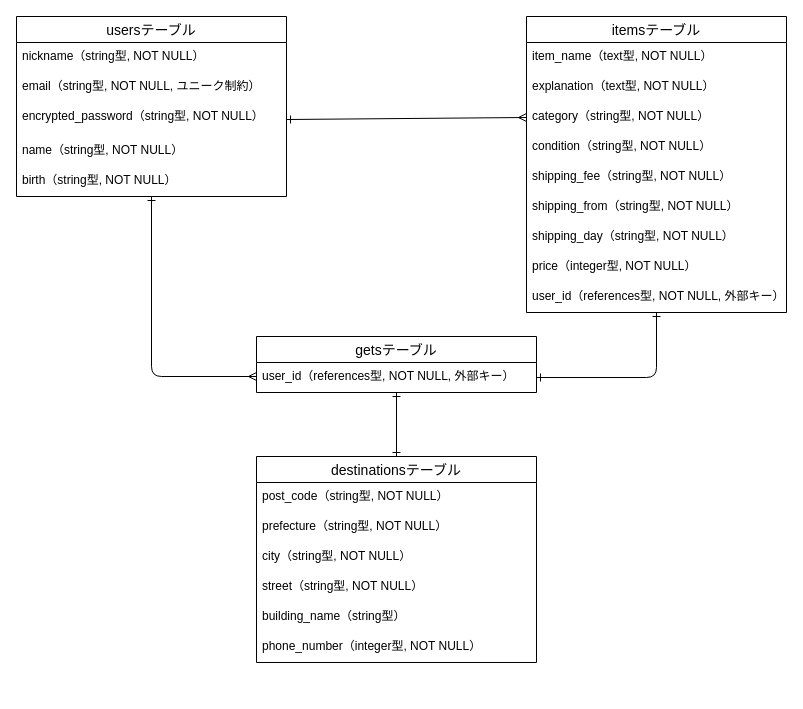
Above: test.dio in tasshi94/furima-40910 (draw.io), before the change. Source tidied: cells renumbered, new cells numbered last; positions are measured from the earlier drawing's top-left corner, leaving out a move shared by most shapes. Both pictures are drawn from the tidied source at 100%, with x=0, y=0 at pixel (16, 16).
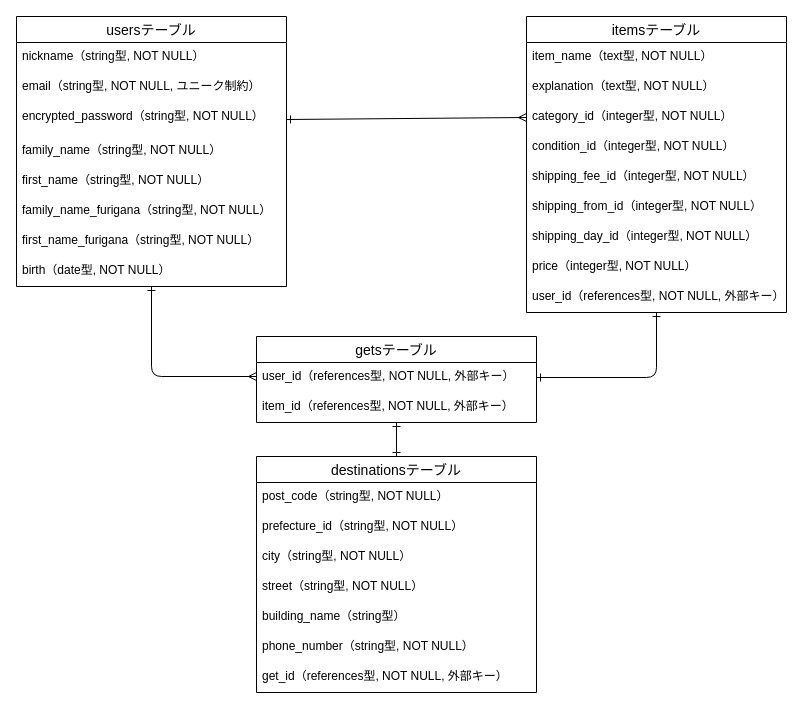
Above is the later version.

Commit message (it also covers changes not shown here):
ER図、README修正

Unchanged cells that the change refers to:
```xml
<mxCell id="10" value="itemsテーブル" style="swimlane;fontStyle=0;horizontal=1;startSize=26;align=center;fontSize=14;" parent="1" vertex="1">
  <mxGeometry x="510" width="260" height="296" as="geometry" />
</mxCell>
```

The edit, as a diff of the source:
```diff
@@
     <mxCell id="3" value="usersテーブル" style="swimlane;fontStyle=0;horizontal=1;startSize=26;align=center;fontSize=14;" parent="1" vertex="1">
-      <mxGeometry width="270" height="180" as="geometry" />
+      <mxGeometry width="270" height="270" as="geometry" />
     </mxCell>
@@
-    <mxCell id="7" value="name（string型, NOT NULL）" style="text;strokeColor=none;fillColor=none;spacingLeft=4;spacingRight=4;overflow=hidden;fontSize=12;" parent="3" vertex="1">
+    <mxCell id="7" value="family_name（string型, NOT NULL）" style="text;strokeColor=none;fillColor=none;spacingLeft=4;spacingRight=4;overflow=hidden;fontSize=12;" parent="3" vertex="1">
       <mxGeometry y="120" width="270" height="30" as="geometry" />
     </mxCell>
+    <mxCell id="31" value="first_name（string型, NOT NULL）" style="text;strokeColor=none;fillColor=none;spacingLeft=4;spacingRight=4;overflow=hidden;fontSize=12;" parent="3" vertex="1">
+      <mxGeometry y="150" width="270" height="30" as="geometry" />
+    </mxCell>
+    <mxCell id="32" value="family_name_furigana（string型, NOT NULL）" style="text;strokeColor=none;fillColor=none;spacingLeft=4;spacingRight=4;overflow=hidden;fontSize=12;" parent="3" vertex="1">
+      <mxGeometry y="180" width="270" height="30" as="geometry" />
+    </mxCell>
+    <mxCell id="33" value="first_name_furigana（string型, NOT NULL）" style="text;strokeColor=none;fillColor=none;spacingLeft=4;spacingRight=4;overflow=hidden;fontSize=12;" parent="3" vertex="1">
+      <mxGeometry y="210" width="270" height="30" as="geometry" />
+    </mxCell>
-    <mxCell id="8" value="birth（string型, NOT NULL）" style="text;strokeColor=none;fillColor=none;spacingLeft=4;spacingRight=4;overflow=hidden;fontSize=12;" parent="3" vertex="1">
-      <mxGeometry y="150" width="270" height="30" as="geometry" />
+    <mxCell id="8" value="birth（date型, NOT NULL）" style="text;strokeColor=none;fillColor=none;spacingLeft=4;spacingRight=4;overflow=hidden;fontSize=12;" parent="3" vertex="1">
+      <mxGeometry y="240" width="270" height="30" as="geometry" />
     </mxCell>
@@
-    <mxCell id="13" value="category（string型, NOT NULL）" style="text;strokeColor=none;fillColor=none;spacingLeft=4;spacingRight=4;overflow=hidden;points=[[0,0.5],[1,0.5]];portConstraint=eastwest;fontSize=12;" parent="10" vertex="1">
+    <mxCell id="13" value="category_id（integer型, NOT NULL）" style="text;strokeColor=none;fillColor=none;spacingLeft=4;spacingRight=4;overflow=hidden;points=[[0,0.5],[1,0.5]];portConstraint=eastwest;fontSize=12;" parent="10" vertex="1">
       <mxGeometry y="86" width="260" height="30" as="geometry" />
     </mxCell>
-    <mxCell id="14" value="condition（string型, NOT NULL）" style="text;strokeColor=none;fillColor=none;spacingLeft=4;spacingRight=4;overflow=hidden;fontSize=12;" parent="10" vertex="1">
+    <mxCell id="14" value="condition_id（integer型, NOT NULL）" style="text;strokeColor=none;fillColor=none;spacingLeft=4;spacingRight=4;overflow=hidden;fontSize=12;" parent="10" vertex="1">
       <mxGeometry y="116" width="260" height="30" as="geometry" />
     </mxCell>
-    <mxCell id="15" value="shipping_fee（string型, NOT NULL）" style="text;strokeColor=none;fillColor=none;spacingLeft=4;spacingRight=4;overflow=hidden;fontSize=12;" parent="10" vertex="1">
+    <mxCell id="15" value="shipping_fee_id（integer型, NOT NULL）" style="text;strokeColor=none;fillColor=none;spacingLeft=4;spacingRight=4;overflow=hidden;fontSize=12;" parent="10" vertex="1">
       <mxGeometry y="146" width="260" height="30" as="geometry" />
     </mxCell>
-    <mxCell id="16" value="shipping_from（string型, NOT NULL）" style="text;strokeColor=none;fillColor=none;spacingLeft=4;spacingRight=4;overflow=hidden;fontSize=12;" parent="10" vertex="1">
+    <mxCell id="16" value="shipping_from_id（integer型, NOT NULL）" style="text;strokeColor=none;fillColor=none;spacingLeft=4;spacingRight=4;overflow=hidden;fontSize=12;" parent="10" vertex="1">
       <mxGeometry y="176" width="260" height="30" as="geometry" />
     </mxCell>
-    <mxCell id="17" value="shipping_day（string型, NOT NULL）" style="text;strokeColor=none;fillColor=none;spacingLeft=4;spacingRight=4;overflow=hidden;fontSize=12;" parent="10" vertex="1">
+    <mxCell id="17" value="shipping_day_id（integer型, NOT NULL）" style="text;strokeColor=none;fillColor=none;spacingLeft=4;spacingRight=4;overflow=hidden;fontSize=12;" parent="10" vertex="1">
       <mxGeometry y="206" width="260" height="30" as="geometry" />
     </mxCell>
@@
     <mxCell id="21" value="getsテーブル" style="swimlane;fontStyle=0;horizontal=1;startSize=26;align=center;fontSize=14;" parent="1" vertex="1">
-      <mxGeometry x="240" y="320" width="280" height="56" as="geometry" />
+      <mxGeometry x="240" y="320" width="280" height="86" as="geometry" />
     </mxCell>
@@
+    <mxCell id="34" value="item_id（references型, NOT NULL, 外部キー）" style="text;strokeColor=none;fillColor=none;spacingLeft=4;spacingRight=4;overflow=hidden;fontSize=12;" parent="21" vertex="1">
+      <mxGeometry y="56" width="280" height="30" as="geometry" />
+    </mxCell>
     <mxCell id="23" value="destinationsテーブル" style="swimlane;fontStyle=0;horizontal=1;startSize=26;align=center;fontSize=14;" parent="1" vertex="1">
-      <mxGeometry x="240" y="440" width="280" height="206" as="geometry" />
+      <mxGeometry x="240" y="440" width="280" height="236" as="geometry" />
     </mxCell>
@@
-    <mxCell id="25" value="prefecture（string型, NOT NULL）" style="text;strokeColor=none;fillColor=none;spacingLeft=4;spacingRight=4;overflow=hidden;fontSize=12;" parent="23" vertex="1">
+    <mxCell id="25" value="prefecture_id（string型, NOT NULL）" style="text;strokeColor=none;fillColor=none;spacingLeft=4;spacingRight=4;overflow=hidden;fontSize=12;" parent="23" vertex="1">
       <mxGeometry y="56" width="280" height="30" as="geometry" />
     </mxCell>
@@
-    <mxCell id="29" value="phone_number（integer型, NOT NULL）" style="text;strokeColor=none;fillColor=none;spacingLeft=4;spacingRight=4;overflow=hidden;fontSize=12;" parent="23" vertex="1">
+    <mxCell id="29" value="phone_number（string型, NOT NULL）" style="text;strokeColor=none;fillColor=none;spacingLeft=4;spacingRight=4;overflow=hidden;fontSize=12;" parent="23" vertex="1">
       <mxGeometry y="176" width="280" height="30" as="geometry" />
     </mxCell>
+    <mxCell id="35" value="get_id（references型, NOT NULL, 外部キー）" style="text;strokeColor=none;fillColor=none;spacingLeft=4;spacingRight=4;overflow=hidden;fontSize=12;" parent="23" vertex="1">
+      <mxGeometry y="206" width="280" height="30" as="geometry" />
+    </mxCell>
```
